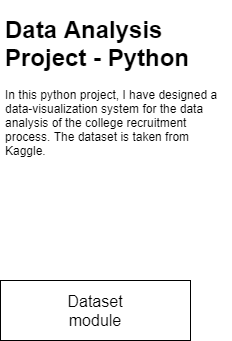
Earlier version of the draw.io export data_analysis_python.png (yashsehgal/data-visualization-project). Source tidied: cells renumbered, new cells last; positions are measured from the earlier drawing's top-left corner, leaving out a move shared by most shapes.
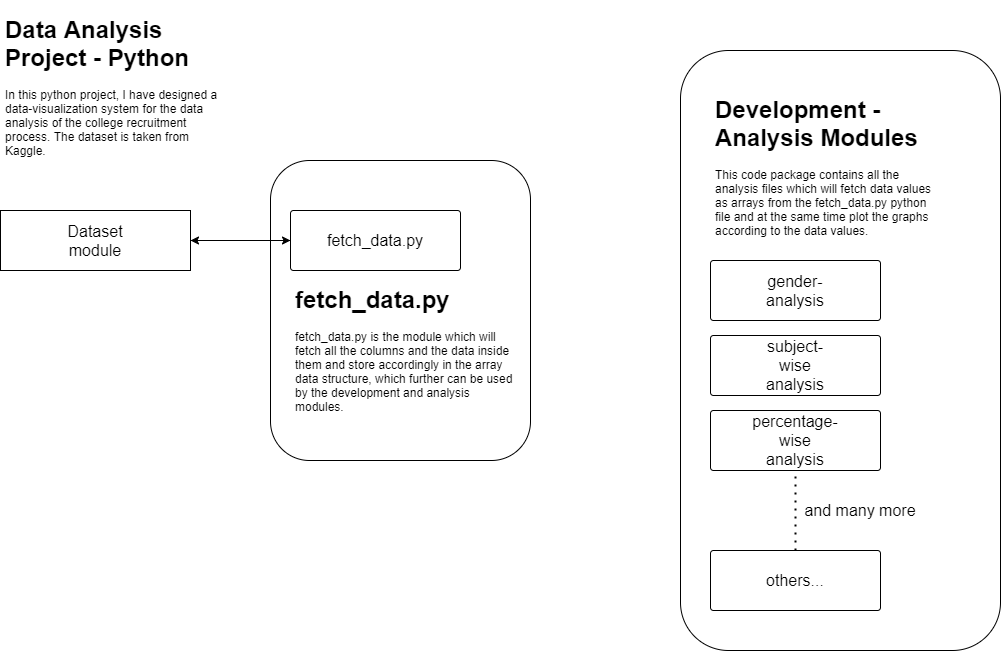
The same file after the commit.

The edit, as a diff of the source:
```diff
@@ -2,14 +2,68 @@
   <root>
     <mxCell id="0" />
     <mxCell id="1" parent="0" />
+    <mxCell id="5" style="rounded=1;whiteSpace=wrap;html=1;fontSize=16;" parent="1" vertex="1">
+      <mxGeometry x="270" y="220" width="260" height="300" as="geometry" />
+    </mxCell>
     <mxCell id="2" value="&lt;h1&gt;Data Analysis Project - Python&lt;/h1&gt;&lt;p&gt;In this python project, I have designed a data-visualization system for the data analysis of the college recruitment process. The dataset is taken from Kaggle.&lt;/p&gt;" style="text;html=1;strokeColor=none;fillColor=none;spacing=5;spacingTop=-20;whiteSpace=wrap;overflow=hidden;rounded=0;" parent="1" vertex="1">
-      <mxGeometry width="230" height="160" as="geometry" />
+      <mxGeometry y="70" width="230" height="160" as="geometry" />
     </mxCell>
+    <mxCell id="6" style="edgeStyle=orthogonalEdgeStyle;rounded=0;jettySize=auto;html=1;entryX=0;entryY=0.5;entryDx=0;entryDy=0;fontSize=16;" parent="1" edge="1" source="3" target="8">
+      <mxGeometry relative="1" as="geometry" />
+    </mxCell>
     <mxCell id="3" style="rounded=0;whiteSpace=wrap;html=1;" parent="1" vertex="1">
       <mxGeometry y="270" width="190" height="60" as="geometry" />
     </mxCell>
     <mxCell id="4" value="Dataset module" style="text;html=1;strokeColor=none;fillColor=none;align=center;verticalAlign=middle;whiteSpace=wrap;rounded=0;fontSize=16;" parent="1" vertex="1">
       <mxGeometry x="75" y="290" width="40" height="20" as="geometry" />
     </mxCell>
+    <mxCell id="7" style="edgeStyle=orthogonalEdgeStyle;rounded=0;jettySize=auto;html=1;entryX=1;entryY=0.5;entryDx=0;entryDy=0;fontSize=16;" parent="1" edge="1" source="8" target="3">
+      <mxGeometry relative="1" as="geometry" />
+    </mxCell>
+    <mxCell id="8" style="rounded=1;whiteSpace=wrap;html=1;fontSize=16;arcSize=5;" parent="1" vertex="1">
+      <mxGeometry x="290" y="270" width="170" height="60" as="geometry" />
+    </mxCell>
+    <mxCell id="9" value="fetch_data.py" style="text;html=1;strokeColor=none;fillColor=none;align=center;verticalAlign=middle;whiteSpace=wrap;rounded=0;fontSize=16;" parent="1" vertex="1">
+      <mxGeometry x="355" y="290" width="40" height="20" as="geometry" />
+    </mxCell>
+    <mxCell id="10" value="&lt;h1&gt;&lt;span&gt;fetch_data.py&lt;/span&gt;&lt;/h1&gt;&lt;div&gt;fetch_data.py is the module which will fetch all the columns and the data inside them and store accordingly in the array data structure, which further can be used by the development and analysis modules.&lt;/div&gt;" style="text;html=1;strokeColor=none;fillColor=none;spacing=5;spacingTop=-20;whiteSpace=wrap;overflow=hidden;rounded=0;" parent="1" vertex="1">
+      <mxGeometry x="290" y="340" width="230" height="150" as="geometry" />
+    </mxCell>
+    <mxCell id="11" style="rounded=1;whiteSpace=wrap;html=1;fontSize=16;" parent="1" vertex="1">
+      <mxGeometry x="680" y="110" width="320" height="600" as="geometry" />
+    </mxCell>
+    <mxCell id="12" value="&lt;h1&gt;Development - Analysis Modules&lt;/h1&gt;&lt;p&gt;This code package contains all the analysis files which will fetch data values as arrays from the fetch_data.py python file and at the same time plot the graphs according to the data values.&lt;/p&gt;" style="text;html=1;strokeColor=none;fillColor=none;spacing=5;spacingTop=-20;whiteSpace=wrap;overflow=hidden;rounded=0;" parent="1" vertex="1">
+      <mxGeometry x="710" y="150" width="230" height="160" as="geometry" />
+    </mxCell>
+    <mxCell id="13" style="rounded=1;whiteSpace=wrap;html=1;fontSize=16;arcSize=5;" parent="1" vertex="1">
+      <mxGeometry x="710" y="320" width="170" height="60" as="geometry" />
+    </mxCell>
+    <mxCell id="14" value="gender-analysis" style="text;html=1;strokeColor=none;fillColor=none;align=center;verticalAlign=middle;whiteSpace=wrap;rounded=0;fontSize=16;" parent="1" vertex="1">
+      <mxGeometry x="775" y="340" width="40" height="20" as="geometry" />
+    </mxCell>
+    <mxCell id="15" style="rounded=1;whiteSpace=wrap;html=1;fontSize=16;arcSize=5;" parent="1" vertex="1">
+      <mxGeometry x="710" y="395" width="170" height="60" as="geometry" />
+    </mxCell>
+    <mxCell id="16" value="subject-wise analysis" style="text;html=1;strokeColor=none;fillColor=none;align=center;verticalAlign=middle;whiteSpace=wrap;rounded=0;fontSize=16;" parent="1" vertex="1">
+      <mxGeometry x="775" y="415" width="40" height="20" as="geometry" />
+    </mxCell>
+    <mxCell id="17" style="rounded=1;whiteSpace=wrap;html=1;fontSize=16;arcSize=5;" parent="1" vertex="1">
+      <mxGeometry x="710" y="470" width="170" height="60" as="geometry" />
+    </mxCell>
+    <mxCell id="18" value="percentage-wise analysis" style="text;html=1;strokeColor=none;fillColor=none;align=center;verticalAlign=middle;whiteSpace=wrap;rounded=0;fontSize=16;" parent="1" vertex="1">
+      <mxGeometry x="775" y="490" width="40" height="20" as="geometry" />
+    </mxCell>
+    <mxCell id="19" style="rounded=1;whiteSpace=wrap;html=1;fontSize=16;arcSize=5;" parent="1" vertex="1">
+      <mxGeometry x="710" y="610" width="170" height="60" as="geometry" />
+    </mxCell>
+    <mxCell id="20" value="others..." style="text;html=1;strokeColor=none;fillColor=none;align=center;verticalAlign=middle;whiteSpace=wrap;rounded=0;fontSize=16;" parent="1" vertex="1">
+      <mxGeometry x="775" y="630" width="40" height="20" as="geometry" />
+    </mxCell>
+    <mxCell id="21" style="endArrow=none;dashed=1;html=1;dashPattern=1 3;strokeWidth=2;fontSize=16;exitX=0.5;exitY=0;exitDx=0;exitDy=0;entryX=0.5;entryY=1;entryDx=0;entryDy=0;" parent="1" edge="1" source="19" target="17">
+      <mxGeometry relative="1" as="geometry" />
+    </mxCell>
+    <mxCell id="22" value="and many more" style="text;html=1;strokeColor=none;fillColor=none;align=center;verticalAlign=middle;whiteSpace=wrap;rounded=0;fontSize=16;" parent="1" vertex="1">
+      <mxGeometry x="800" y="560" width="120" height="20" as="geometry" />
+    </mxCell>
   </root>
 </mxGraphModel>
```
